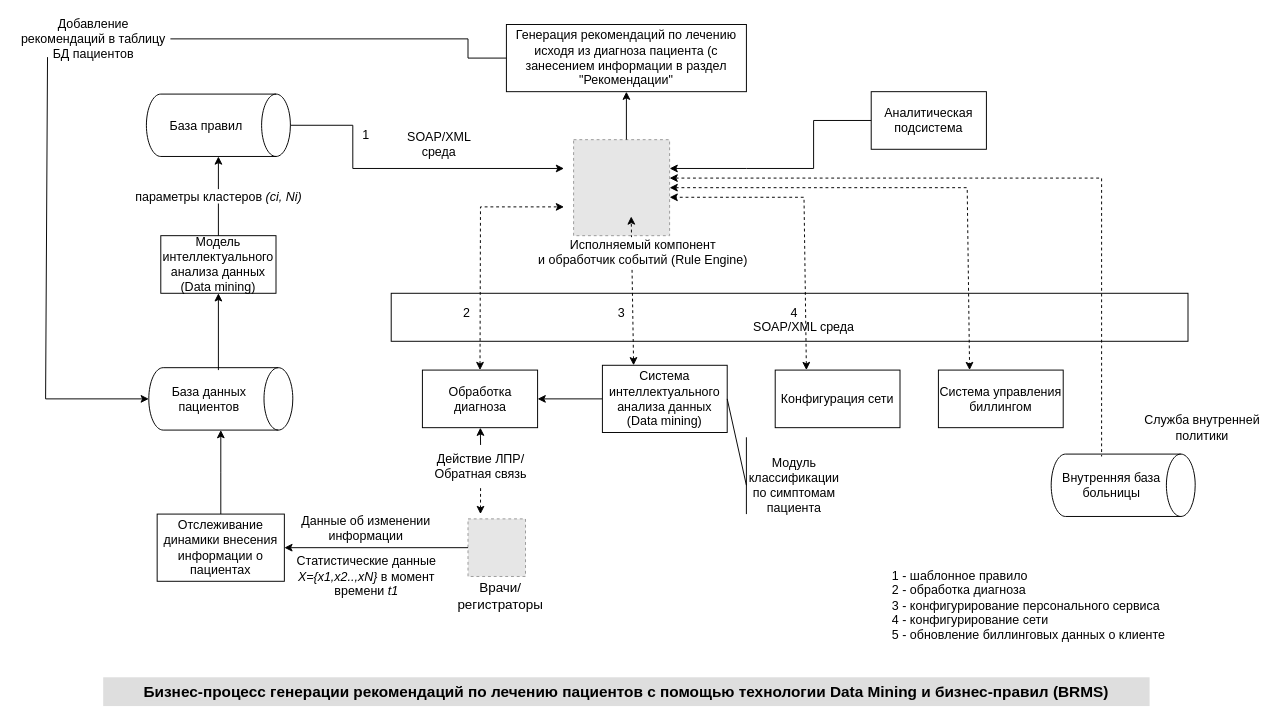
The draw.io diagram Диаграмма без названия.drawio in SvetlanaCH01/-, before the edit. Source tidied: cells renumbered, new cells numbered last; positions are measured from the earlier drawing's top-left corner, leaving out a move shared by most shapes. Both pictures are drawn from the tidied source at 96%, with x=0, y=0 at pixel (16, 24). Pictures stored in the file or linked from it are replaced by grey dashed boxes.
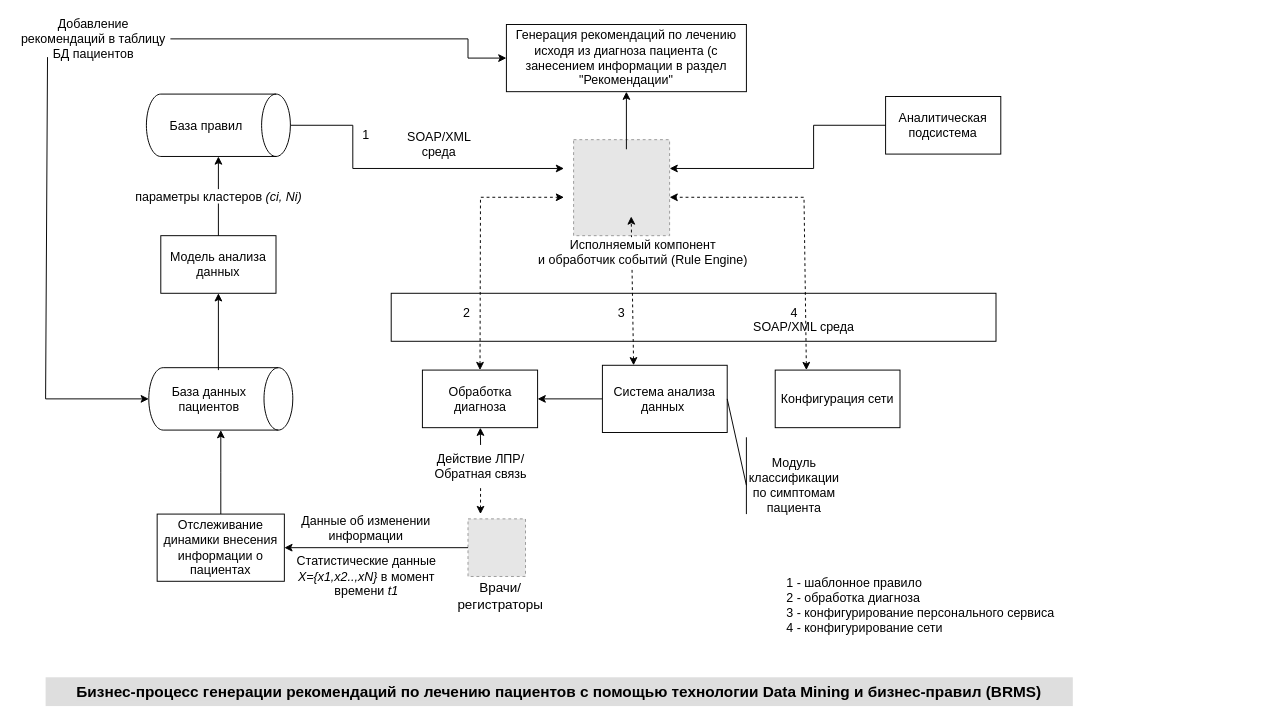
After the change.

Unchanged cells that the change refers to:
```xml
<mxCell id="8" value="Генерация рекомендаций по лечению исходя из диагноза пациента (с занесением информации в раздел &quot;Рекомендации&quot;" style="rounded=0;whiteSpace=wrap;html=1;fontSize=13;fontStyle=0;" parent="1" vertex="1">
  <mxGeometry x="510" width="250" height="70" as="geometry" />
</mxCell>
<mxCell id="9" value="Добавление рекомендаций в таблицу БД пациентов" style="text;html=1;strokeColor=none;fillColor=none;align=center;verticalAlign=middle;whiteSpace=wrap;rounded=0;fontSize=13;fontStyle=0;" parent="1" vertex="1">
  <mxGeometry width="160" height="30" as="geometry" />
</mxCell>
<mxCell id="11" value="Обработка диагноза" style="rounded=0;whiteSpace=wrap;html=1;fontSize=13;fontStyle=0;" parent="1" vertex="1">
  <mxGeometry x="422.5" y="360" width="120" height="60" as="geometry" />
</mxCell>
```

What changed in the source:
```diff
@@
-    <mxCell id="3" value="Система интеллектуального анализа данных (Data mining)" style="rounded=0;whiteSpace=wrap;html=1;fontSize=13;fontStyle=0;" parent="1" vertex="1">
+    <mxCell id="3" value="Система анализа данных&amp;nbsp;" style="rounded=0;whiteSpace=wrap;html=1;fontSize=13;fontStyle=0;" parent="1" vertex="1">
       <mxGeometry x="610" y="355" width="130" height="70" as="geometry" />
     </mxCell>
@@
     <mxCell id="7" value="Аналитическая подсистема" style="rounded=0;whiteSpace=wrap;html=1;fontSize=13;fontStyle=0;" parent="1" vertex="1">
-      <mxGeometry x="890" y="70" width="120" height="60" as="geometry" />
+      <mxGeometry x="905" y="75" width="120" height="60" as="geometry" />
     </mxCell>
@@
-    <mxCell id="12" value="Модель интеллектуального анализа данных&lt;br style=&quot;font-size: 13px;&quot;&gt;(Data mining)" style="rounded=0;whiteSpace=wrap;html=1;fontSize=13;fontStyle=0;" parent="1" vertex="1">
+    <mxCell id="12" value="Модель анализа данных" style="rounded=0;whiteSpace=wrap;html=1;fontSize=13;fontStyle=0;" parent="1" vertex="1">
       <mxGeometry x="150" y="220" width="120" height="60" as="geometry" />
     </mxCell>
@@
     <mxCell id="16" style="rounded=0;whiteSpace=wrap;html=1;fontSize=13;fontStyle=0;" parent="1" vertex="1">
-      <mxGeometry x="390" y="280" width="830" height="50" as="geometry" />
+      <mxGeometry x="390" y="280" width="630" height="50" as="geometry" />
     </mxCell>
@@
     <mxCell id="27" style="endArrow=classic;startArrow=classic;html=1;rounded=0;fontSize=13;exitX=0.5;exitY=0;exitDx=0;exitDy=0;dashed=1;fontStyle=0;" parent="1" edge="1" source="11">
       <mxGeometry relative="1" as="geometry">
-        <mxPoint x="570" y="190" as="targetPoint" />
+        <mxPoint x="570" y="180" as="targetPoint" />
         <Array as="points">
-          <mxPoint x="483" y="190" />
+          <mxPoint x="483" y="180" />
         </Array>
       </mxGeometry>
     </mxCell>
@@
     <mxCell id="31" style="endArrow=classic;html=1;rounded=0;fontSize=13;exitX=0;exitY=0.5;exitDx=0;exitDy=0;fontStyle=0;" parent="1" edge="1" source="7">
       <mxGeometry relative="1" as="geometry">
         <mxPoint x="680" y="150" as="targetPoint" />
         <Array as="points">
-          <mxPoint x="830" y="100" />
+          <mxPoint x="830" y="105" />
           <mxPoint x="830" y="150" />
-          <mxPoint x="760" y="150" />
         </Array>
       </mxGeometry>
     </mxCell>
     <mxCell id="32" style="endArrow=classic;html=1;rounded=0;fontSize=13;entryX=0.5;entryY=1;entryDx=0;entryDy=0;fontStyle=0;" parent="1" edge="1" target="8">
       <mxGeometry relative="1" as="geometry">
-        <mxPoint x="635" y="120" as="sourcePoint" />
+        <mxPoint x="635" y="130" as="sourcePoint" />
       </mxGeometry>
     </mxCell>
-    <mxCell id="33" style="endArrow=none;html=1;rounded=0;fontSize=13;exitX=0;exitY=0.5;exitDx=0;exitDy=0;entryX=1;entryY=0.5;entryDx=0;entryDy=0;fontStyle=0;" parent="1" edge="1" source="8" target="9">
+    <mxCell id="33" style="endArrow=none;html=1;rounded=0;fontSize=13;exitX=0;exitY=0.5;exitDx=0;exitDy=0;entryX=1;entryY=0.5;entryDx=0;entryDy=0;fontStyle=0;endFill=0;startArrow=classic;startFill=1;" parent="1" edge="1" source="8" target="9">
       <mxGeometry relative="1" as="geometry">
         <Array as="points">
           <mxPoint x="470" y="35" />
           <mxPoint x="470" y="15" />
         </Array>
       </mxGeometry>
     </mxCell>
@@
-    <mxCell id="44" value="1 - шаблонное правило&lt;br&gt;2 - обработка диагноза&lt;br&gt;3 - конфигурирование персонального сервиса&lt;br&gt;4 - конфигурирование сети&lt;br&gt;5 - обновление биллинговых данных о клиенте" style="text;html=1;strokeColor=none;fillColor=none;align=left;verticalAlign=middle;whiteSpace=wrap;rounded=0;fontSize=13;" parent="1" vertex="1">
-      <mxGeometry x="910" y="590" width="330" height="30" as="geometry" />
+    <mxCell id="44" value="1 - шаблонное правило&lt;br&gt;2 - обработка диагноза&lt;br&gt;3 - конфигурирование персонального сервиса&lt;br&gt;4 - конфигурирование сети" style="text;html=1;strokeColor=none;fillColor=none;align=left;verticalAlign=middle;whiteSpace=wrap;rounded=0;fontSize=13;" parent="1" vertex="1">
+      <mxGeometry x="800" y="590" width="330" height="30" as="geometry" />
     </mxCell>
-    <mxCell id="45" value="Система управления биллингом" style="rounded=0;whiteSpace=wrap;html=1;fontSize=13;fontStyle=0;" parent="1" vertex="1">
-      <mxGeometry x="960" y="360" width="130" height="60" as="geometry" />
-    </mxCell>
-    <mxCell id="46" style="endArrow=classic;startArrow=classic;html=1;rounded=0;fontSize=13;entryX=0.25;entryY=0;entryDx=0;entryDy=0;dashed=1;" parent="1" edge="1" target="45">
-      <mxGeometry relative="1" as="geometry">
-        <mxPoint x="680" y="170" as="sourcePoint" />
-        <Array as="points">
-          <mxPoint x="990" y="170" />
-        </Array>
-      </mxGeometry>
-    </mxCell>
-    <mxCell id="47" value="Внутренняя база больницы" style="shape=cylinder3;whiteSpace=wrap;html=1;boundedLbl=1;backgroundOutline=1;size=15;fontSize=13;rotation=90;verticalAlign=middle;horizontal=0;fontStyle=0;" parent="1" vertex="1">
-      <mxGeometry x="1120" y="405" width="65" height="150" as="geometry" />
-    </mxCell>
-    <mxCell id="48" value="Служба внутренней политики" style="text;html=1;strokeColor=none;fillColor=none;align=center;verticalAlign=middle;whiteSpace=wrap;rounded=0;fontSize=13;" parent="1" vertex="1">
-      <mxGeometry x="1170" y="405" width="130" height="30" as="geometry" />
-    </mxCell>
-    <mxCell id="49" style="endArrow=none;startArrow=classic;html=1;rounded=0;fontSize=13;dashed=1;endFill=0;" parent="1" edge="1">
-      <mxGeometry relative="1" as="geometry">
-        <mxPoint x="680" y="160" as="sourcePoint" />
-        <mxPoint x="1130" y="450" as="targetPoint" />
-        <Array as="points">
-          <mxPoint x="1130" y="160" />
-        </Array>
-      </mxGeometry>
-    </mxCell>
     <mxCell id="50" value="Бизнес-процесс генерации рекомендаций по лечению пациентов с помощью технологии Data Mining и бизнес-правил (BRMS)" style="text;html=1;strokeColor=none;fillColor=#DEDEDE;align=center;verticalAlign=middle;whiteSpace=wrap;rounded=0;fontSize=16;fontStyle=1;labelBackgroundColor=#DEDEDE;labelBorderColor=none;" parent="1" vertex="1">
-      <mxGeometry x="90" y="680" width="1090" height="30" as="geometry" />
+      <mxGeometry x="30" y="680" width="1070" height="30" as="geometry" />
     </mxCell>
```
